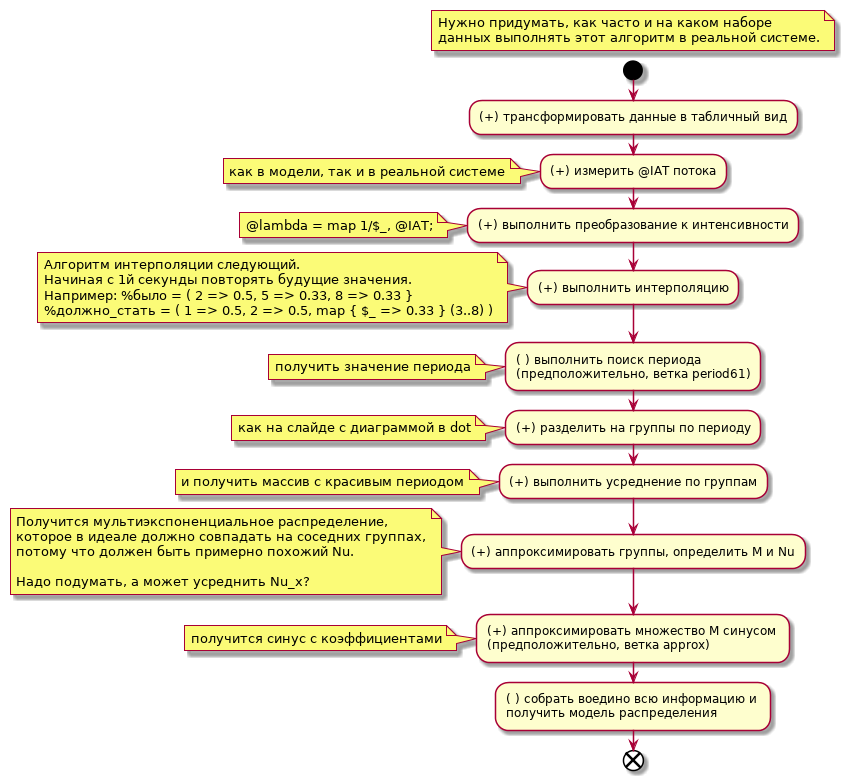
The PlantUML diagram arch/approx_algo.png in zhmylove/caler, before a commit.
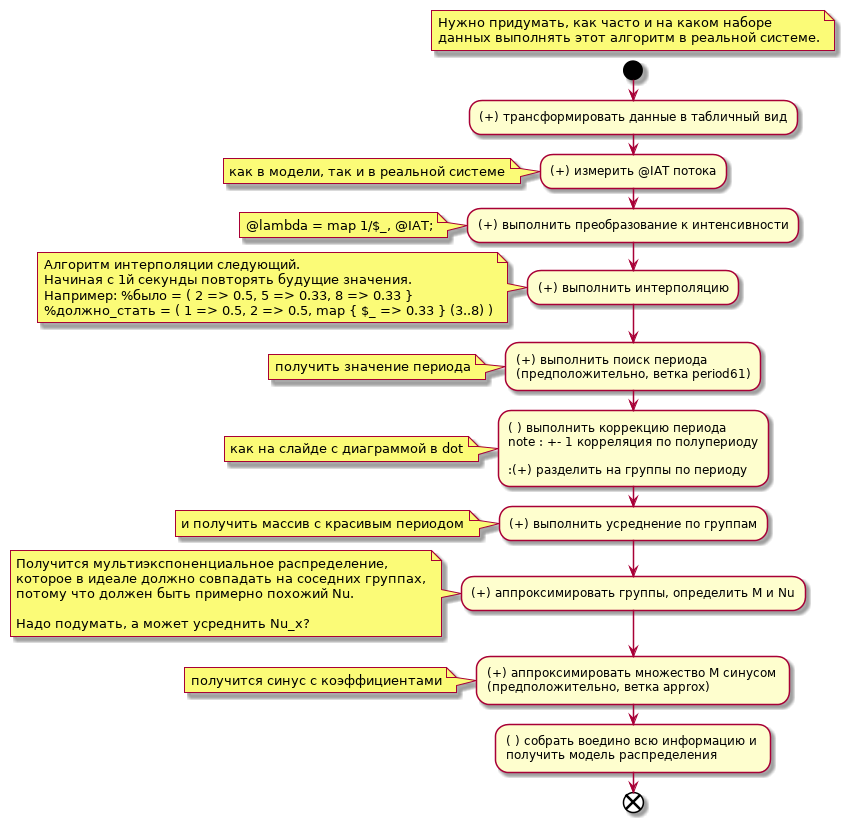
Above is the later version.

Commit message:
Implement caler_period() stub, merge function calls in 10_caler_init

Change to the diagram source:
```diff
@@ -23,8 +23,11 @@
    %должно_стать = ( 1 => 0.5, 2 => 0.5, map { $_ => 0.33 } (3..8) )
 end note
 
-:( ) выполнить поиск периода \n(предположительно, ветка period61);
+:(+) выполнить поиск периода \n(предположительно, ветка period61);
 note : получить значение периода
+
+:( ) выполнить коррекцию периода
+note : +- 1 корреляция по полупериоду
 
 :(+) разделить на группы по периоду;
 note : как на слайде с диаграммой в dot
```
